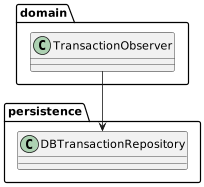
Above: topics/sw_concepts/images/dependency-inversion/no-dependency-inversion.png in scs/jumpstart-docs (PlantUML), before the change.
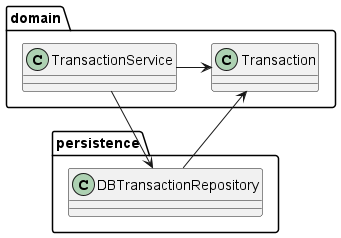
The same diagram one commit later.

Commit message:
sw_concepts: improve dependency inversion example

What changed in the source:
```diff
@@ -1,13 +1,18 @@
 @startuml
 
 package domain {
-    class TransactionObserver
+    class TransactionService
+
+    class Transaction
 }
 
 package persistence {
     class DBTransactionRepository
 }
 
-TransactionObserver --> DBTransactionRepository
+TransactionService -> DBTransactionRepository
+TransactionService -> Transaction
+
+DBTransactionRepository -up-> Transaction
 
 @enduml
```
